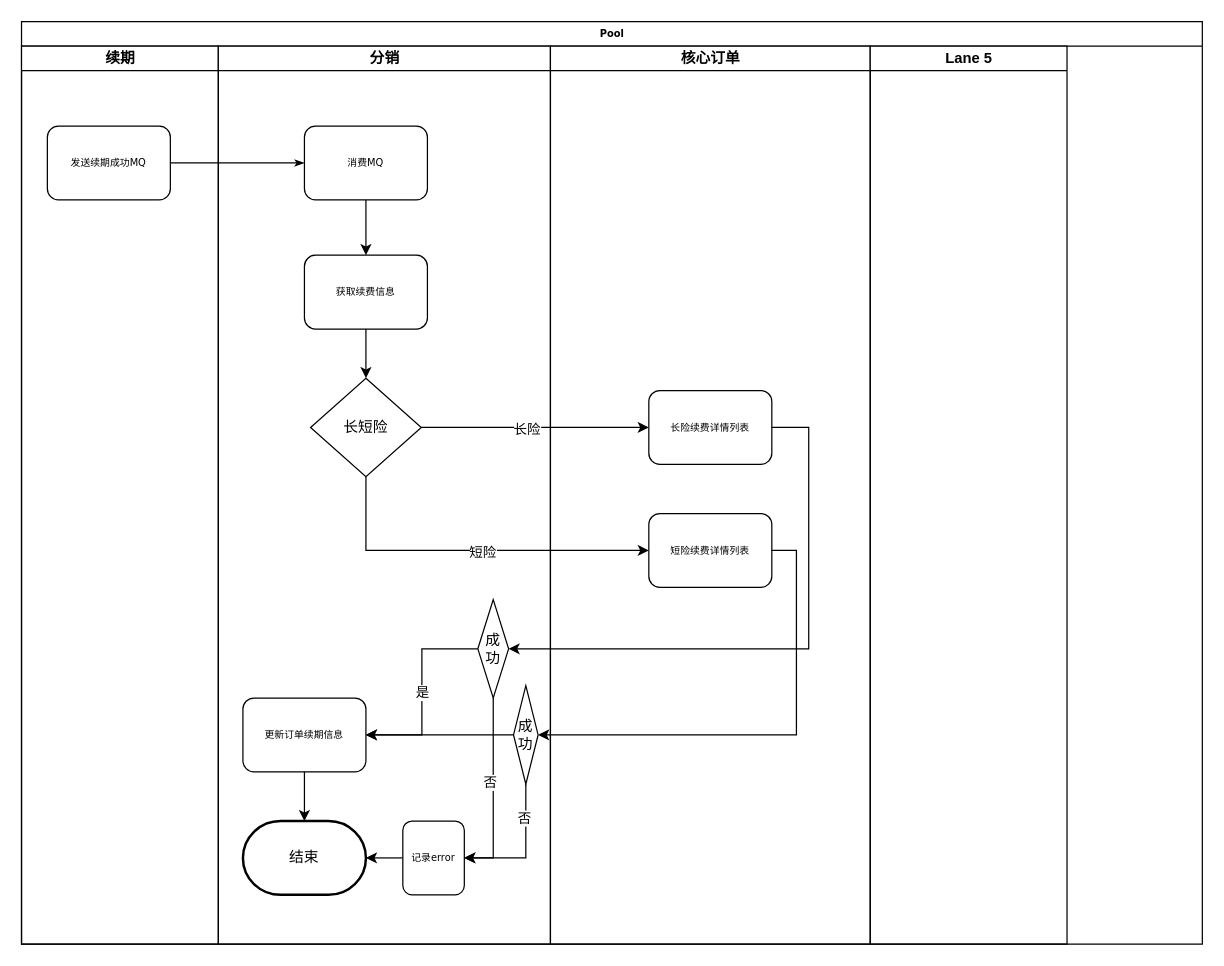
aljg1999/flowchart keeps this draw.io diagram as 分销消费续期mq流程图.drawio. Above is the earlier version. Source tidied: cells renumbered, new cells numbered last; positions are measured from the earlier drawing's top-left corner, leaving out a move shared by most shapes. Both pictures are drawn from the tidied source at 123%, with x=0, y=0 at pixel (21, 21).
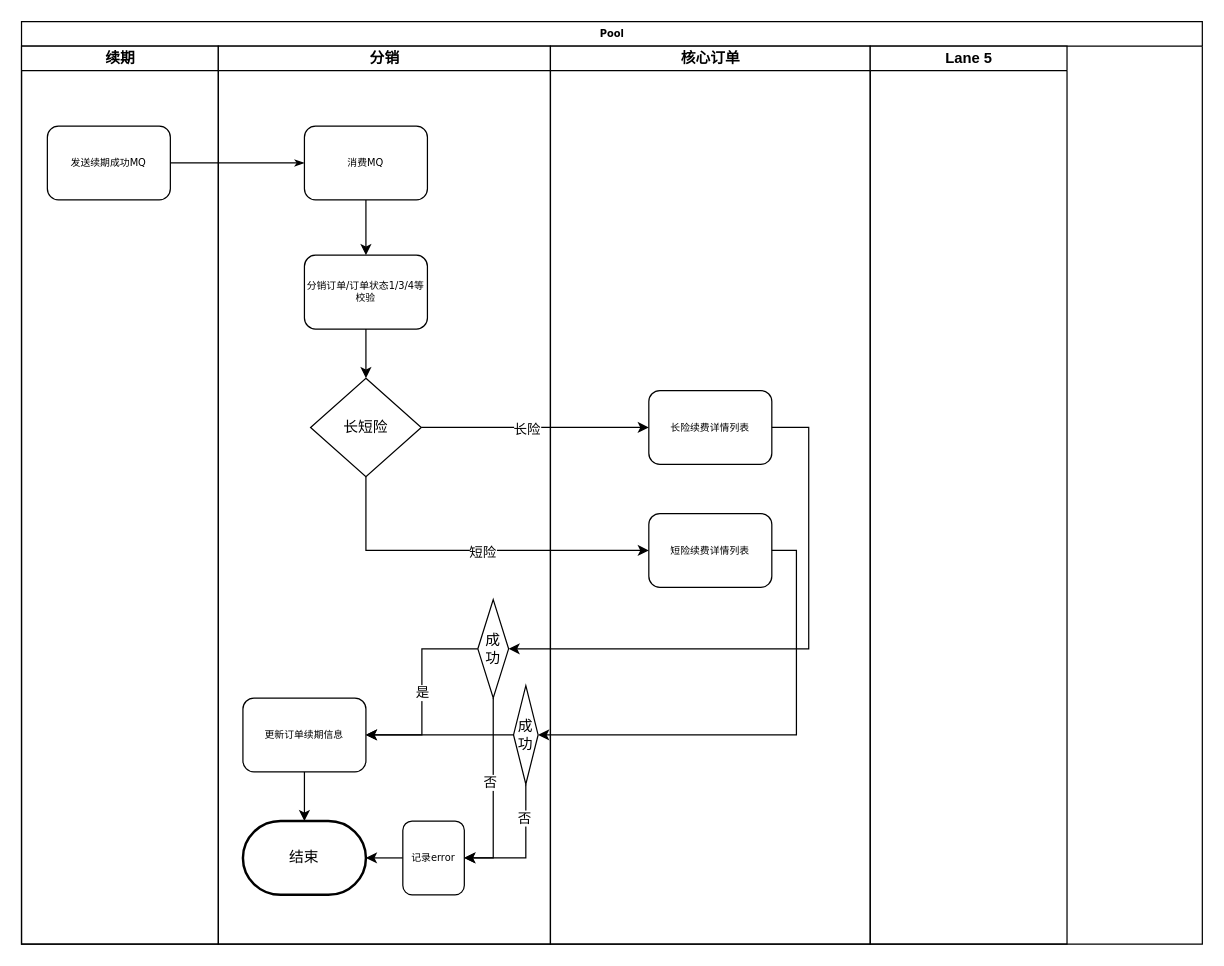
The same diagram, later.

Commit message:
Update 分销消费续期mq流程图.drawio

Unchanged cells that the change refers to:
```xml
<mxCell id="6" value="分销" style="swimlane;html=1;startSize=20;" parent="2" vertex="1">
  <mxGeometry x="160" y="20" width="270" height="730" as="geometry" />
</mxCell>
```

What changed in the source:
```diff
@@
-    <mxCell id="10" value="获取续费信息" style="rounded=1;whiteSpace=wrap;html=1;shadow=0;labelBackgroundColor=none;strokeWidth=1;fontFamily=Verdana;fontSize=8;align=center;" parent="6" vertex="1">
+    <mxCell id="10" value="分销订单/订单状态1/3/4等校验" style="rounded=1;whiteSpace=wrap;html=1;shadow=0;labelBackgroundColor=none;strokeWidth=1;fontFamily=Verdana;fontSize=8;align=center;" parent="6" vertex="1">
       <mxGeometry x="70" y="170" width="100" height="60" as="geometry" />
     </mxCell>
```
